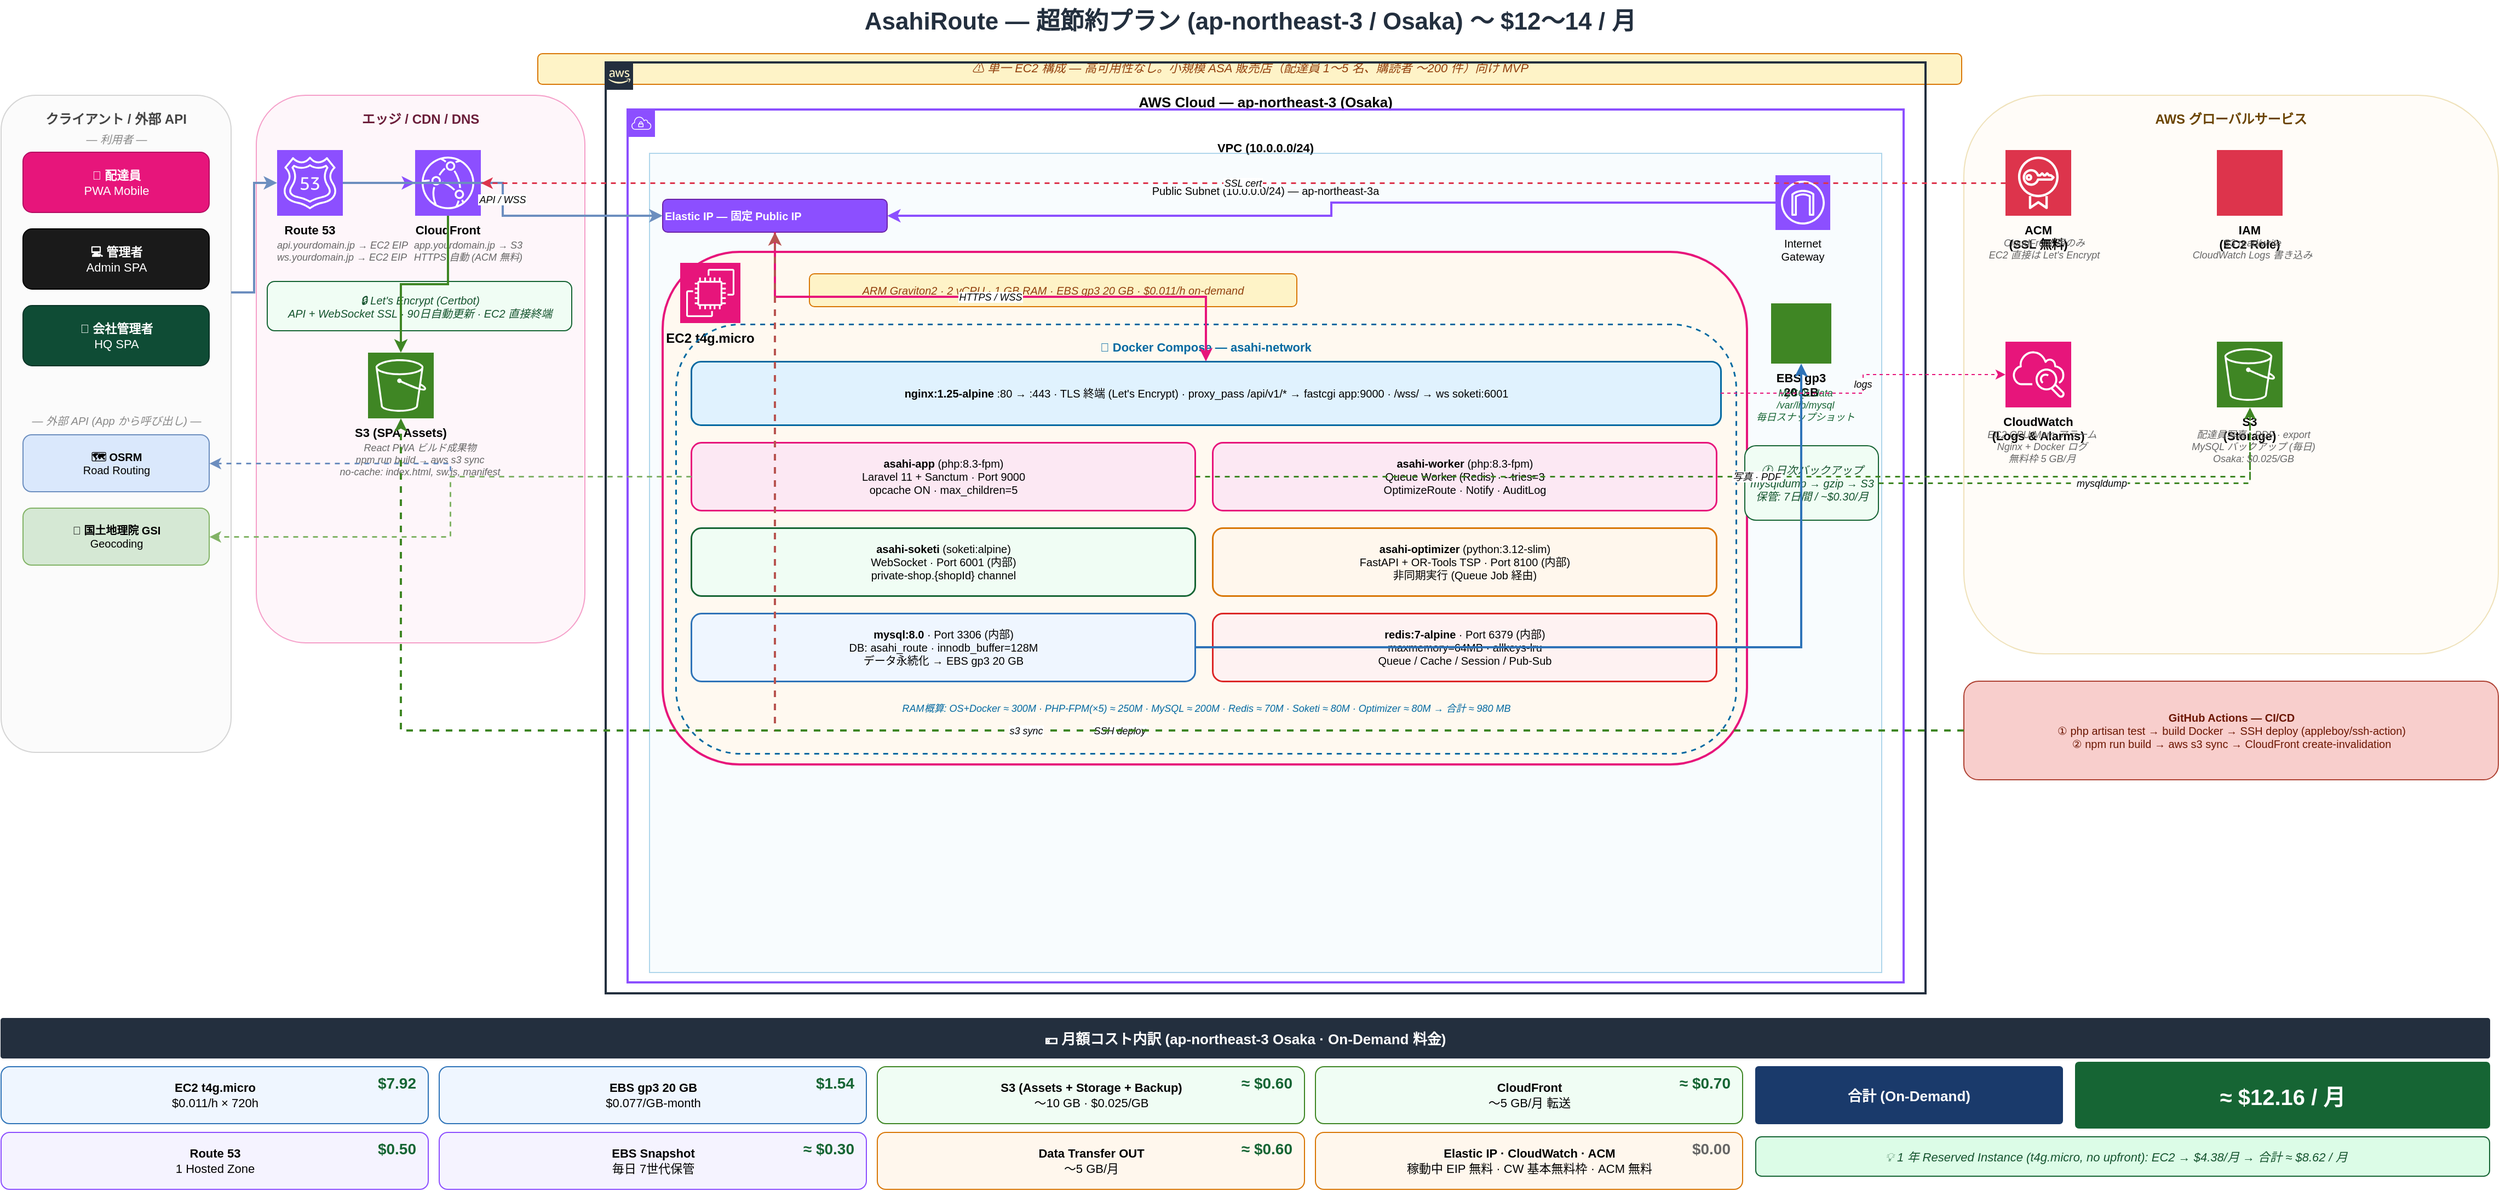
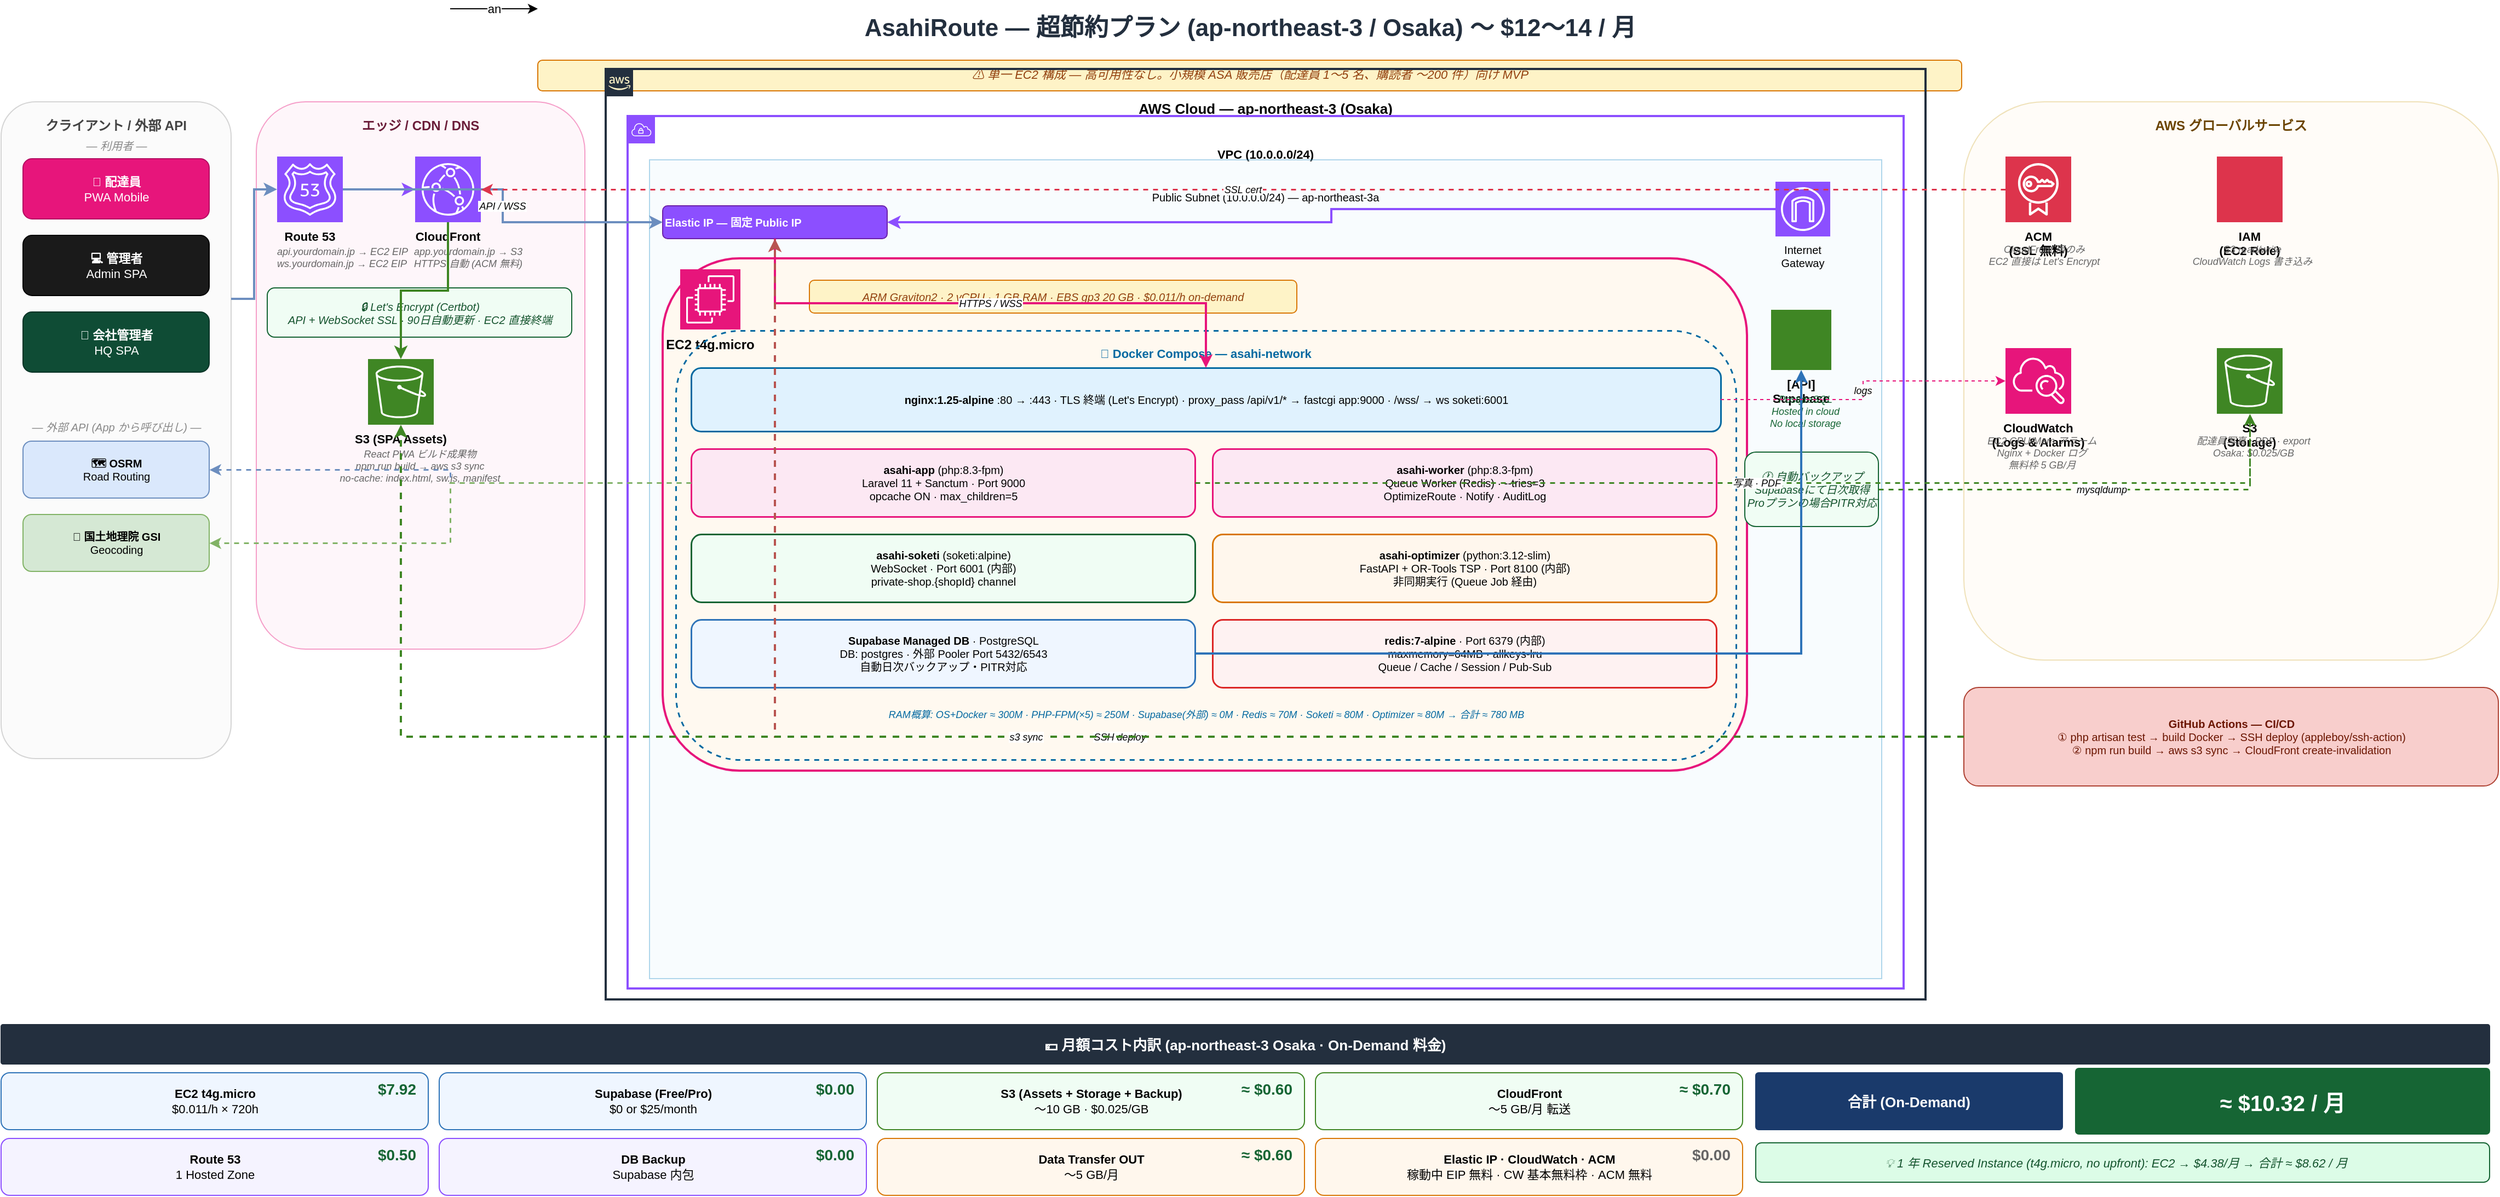
<mxfile host="65bd71144e">
    <diagram id="p1-budget" name="超節約プラン構成">
-         <mxGraphModel dx="870" dy="784" grid="1" gridSize="10" guides="1" tooltips="1" connect="1" arrows="1" fold="1" page="1" pageScale="1" pageWidth="2339" pageHeight="1654" math="0" shadow="0">
+         <mxGraphModel dx="1582" dy="745" grid="1" gridSize="10" guides="1" tooltips="1" connect="1" arrows="1" fold="1" page="1" pageScale="1" pageWidth="2339" pageHeight="1654" math="0" shadow="0">
            <root>
                <mxCell id="0"/>
                <mxCell id="1" parent="0"/>
                <mxCell id="100" value="AsahiRoute — 超節約プラン  (ap-northeast-3 / Osaka)  〜  $12〜14 / 月" style="text;html=1;strokeColor=none;fillColor=none;align=center;fontSize=22;fontStyle=1;fontColor=#232F3E;" parent="1" vertex="1">
                    <mxGeometry x="40" y="18" width="2260" height="44" as="geometry"/>
                </mxCell>
                <mxCell id="101" value="⚠  単一 EC2 構成 — 高可用性なし。小規模 ASA 販売店（配達員 1〜5 名、購読者 〜200 件）向け MVP" style="text;html=1;strokeColor=#D97706;fillColor=#FEF3C7;align=center;fontSize=11;fontStyle=2;fontColor=#92400E;rounded=1;" parent="1" vertex="1">
                    <mxGeometry x="520" y="67" width="1300" height="28" as="geometry"/>
                </mxCell>
                <mxCell id="200" value="クライアント / 外部 API" style="rounded=1;fillColor=#f5f5f5;strokeColor=#999999;fontSize=12;fontStyle=1;fontColor=#444444;verticalAlign=top;spacingTop=8;opacity=40;" parent="1" vertex="1">
                    <mxGeometry x="30" y="105" width="210" height="600" as="geometry"/>
                </mxCell>
                <mxCell id="200b" value="— 利用者 —" style="text;html=1;align=center;fontSize=10;fontStyle=2;fontColor=#888888;strokeColor=none;fillColor=none;" parent="1" vertex="1">
                    <mxGeometry x="40" y="133" width="190" height="18" as="geometry"/>
                </mxCell>
                <mxCell id="201" value="&lt;b&gt;📱 配達員&lt;/b&gt;&lt;br/&gt;PWA Mobile" style="rounded=1;fillColor=#E7157B;strokeColor=#B30D62;fontSize=11;fontColor=white;verticalAlign=middle;align=center;html=1;" parent="1" vertex="1">
                    <mxGeometry x="50" y="157" width="170" height="55" as="geometry"/>
                </mxCell>
                <mxCell id="202" value="&lt;b&gt;💻 管理者&lt;/b&gt;&lt;br/&gt;Admin SPA" style="rounded=1;fillColor=#1A1A1A;strokeColor=#000000;fontSize=11;fontColor=white;verticalAlign=middle;align=center;html=1;" parent="1" vertex="1">
                    <mxGeometry x="50" y="227" width="170" height="55" as="geometry"/>
                </mxCell>
                <mxCell id="203" value="&lt;b&gt;🏢 会社管理者&lt;/b&gt;&lt;br/&gt;HQ SPA" style="rounded=1;fillColor=#0F4C35;strokeColor=#093326;fontSize=11;fontColor=white;verticalAlign=middle;align=center;html=1;" parent="1" vertex="1">
                    <mxGeometry x="50" y="297" width="170" height="55" as="geometry"/>
                </mxCell>
                <mxCell id="204" value="— 外部 API (App から呼び出し) —" style="text;html=1;align=center;fontSize=10;fontStyle=2;fontColor=#888888;strokeColor=none;fillColor=none;" parent="1" vertex="1">
                    <mxGeometry x="40" y="390" width="190" height="18" as="geometry"/>
                </mxCell>
                <mxCell id="211" value="&lt;b&gt;🗺 OSRM&lt;/b&gt;&lt;br/&gt;Road Routing" style="rounded=1;fillColor=#dae8fc;strokeColor=#6c8ebf;fontSize=10;verticalAlign=middle;align=center;html=1;" parent="1" vertex="1">
                    <mxGeometry x="50" y="415" width="170" height="52" as="geometry"/>
                </mxCell>
                <mxCell id="212" value="&lt;b&gt;📍 国土地理院 GSI&lt;/b&gt;&lt;br/&gt;Geocoding" style="rounded=1;fillColor=#d5e8d4;strokeColor=#82b366;fontSize=10;verticalAlign=middle;align=center;html=1;" parent="1" vertex="1">
                    <mxGeometry x="50" y="482" width="170" height="52" as="geometry"/>
                </mxCell>
                <mxCell id="300" value="エッジ / CDN / DNS" style="rounded=1;fillColor=#FCE8F3;strokeColor=#E7157B;fontSize=12;fontStyle=1;fontColor=#6B1E3A;verticalAlign=top;spacingTop=8;opacity=40;" parent="1" vertex="1">
                    <mxGeometry x="263" y="105" width="300" height="500" as="geometry"/>
                </mxCell>
                <mxCell id="301" value="Route 53" style="shape=mxgraph.aws4.resourceIcon;resIcon=mxgraph.aws4.route_53;labelPosition=center;verticalLabelPosition=bottom;verticalAlign=top;align=center;fillColor=#8C4FFF;strokeColor=#ffffff;fontSize=11;fontStyle=1;" parent="1" vertex="1">
                    <mxGeometry x="282" y="155" width="60" height="60" as="geometry"/>
                </mxCell>
                <mxCell id="301a" value="api.yourdomain.jp → EC2 EIP&#10;ws.yourdomain.jp  → EC2 EIP" style="text;html=1;align=left;fontSize=9;fontStyle=2;strokeColor=none;fillColor=none;fontColor=#666666;" parent="1" vertex="1">
                    <mxGeometry x="280" y="230" width="278" height="30" as="geometry"/>
                </mxCell>
                <mxCell id="302" value="CloudFront" style="shape=mxgraph.aws4.resourceIcon;resIcon=mxgraph.aws4.cloudfront;labelPosition=center;verticalLabelPosition=bottom;verticalAlign=top;align=center;fillColor=#8C4FFF;strokeColor=#ffffff;fontSize=11;fontStyle=1;" parent="1" vertex="1">
                    <mxGeometry x="408" y="155" width="60" height="60" as="geometry"/>
                </mxCell>
                <mxCell id="302a" value="app.yourdomain.jp → S3&#10;HTTPS 自動 (ACM 無料)" style="text;html=1;align=left;fontSize=9;fontStyle=2;strokeColor=none;fillColor=none;fontColor=#666666;" parent="1" vertex="1">
                    <mxGeometry x="405" y="230" width="155" height="30" as="geometry"/>
                </mxCell>
                <mxCell id="304" value="🔒  Let's Encrypt (Certbot)&#10;API + WebSocket SSL  ·  90日自動更新  ·  EC2 直接終端" style="rounded=1;fillColor=#F0FDF4;strokeColor=#166534;fontSize=10;fontStyle=2;fontColor=#14532D;verticalAlign=middle;align=center;html=1;" parent="1" vertex="1">
                    <mxGeometry x="273" y="275" width="278" height="45" as="geometry"/>
                </mxCell>
                <mxCell id="303" value="S3 (SPA Assets)" style="shape=mxgraph.aws4.resourceIcon;resIcon=mxgraph.aws4.s3;labelPosition=center;verticalLabelPosition=bottom;verticalAlign=top;align=center;fillColor=#3F8624;strokeColor=#ffffff;fontSize=11;fontStyle=1;" parent="1" vertex="1">
                    <mxGeometry x="365" y="340" width="60" height="60" as="geometry"/>
                </mxCell>
                <mxCell id="303a" value="React PWA ビルド成果物&#10;npm run build → aws s3 sync&#10;no-cache: index.html, sw.js, manifest" style="text;html=1;align=center;fontSize=9;fontStyle=2;strokeColor=none;fillColor=none;fontColor=#666666;" parent="1" vertex="1">
                    <mxGeometry x="268" y="415" width="288" height="44" as="geometry"/>
                </mxCell>
                <mxCell id="400" value="AWS Cloud — ap-northeast-3 (Osaka)" style="shape=mxgraph.aws4.group;grIcon=mxgraph.aws4.group_aws_cloud_alt;strokeColor=#232F3E;fillColor=none;strokeWidth=2;verticalAlign=top;spacingTop=22;fontSize=13;fontStyle=1;" parent="1" vertex="1">
                    <mxGeometry x="582" y="75" width="1205" height="850" as="geometry"/>
                </mxCell>
                <mxCell id="401" value="VPC (10.0.0.0/24)" style="shape=mxgraph.aws4.group;grIcon=mxgraph.aws4.group_vpc;strokeColor=#8C4FFF;fillColor=none;strokeWidth=2;verticalAlign=top;spacingTop=22;fontSize=11;fontStyle=1;" parent="1" vertex="1">
                    <mxGeometry x="602" y="118" width="1165" height="797" as="geometry"/>
                </mxCell>
                <mxCell id="402" value="Public Subnet (10.0.0.0/24) — ap-northeast-3a" style="shape=mxgraph.aws4.group;grIcon=mxgraph.aws4.group_public_subnet;strokeColor=#007CBC;fillColor=#E6F3FB;opacity=30;verticalAlign=top;spacingTop=22;fontSize=10;" parent="1" vertex="1">
                    <mxGeometry x="622" y="158" width="1125" height="748" as="geometry"/>
                </mxCell>
                <mxCell id="403" value="Internet&#10;Gateway" style="shape=mxgraph.aws4.resourceIcon;resIcon=mxgraph.aws4.internet_gateway;labelPosition=center;verticalLabelPosition=bottom;verticalAlign=top;align=center;fillColor=#8C4FFF;strokeColor=#ffffff;fontSize=10;" parent="1" vertex="1">
                    <mxGeometry x="1650" y="178" width="50" height="50" as="geometry"/>
                </mxCell>
                <mxCell id="404" value="  Elastic IP — 固定 Public IP" style="rounded=1;fillColor=#8C4FFF;strokeColor=#6B21A8;fontSize=10;fontStyle=1;fontColor=white;verticalAlign=middle;align=left;" parent="1" vertex="1">
                    <mxGeometry x="634" y="200" width="205" height="30" as="geometry"/>
                </mxCell>
                <mxCell id="410" value="" style="rounded=1;fillColor=#FFF9F0;strokeColor=#E7157B;strokeWidth=2;" parent="1" vertex="1">
                    <mxGeometry x="634" y="248" width="990" height="468" as="geometry"/>
                </mxCell>
                <mxCell id="411" value="EC2  t4g.micro" style="shape=mxgraph.aws4.resourceIcon;resIcon=mxgraph.aws4.ec2;labelPosition=center;verticalLabelPosition=bottom;verticalAlign=top;align=center;fillColor=#E7157B;strokeColor=#ffffff;fontSize=12;fontStyle=1;" parent="1" vertex="1">
                    <mxGeometry x="650" y="258" width="55" height="55" as="geometry"/>
                </mxCell>
                <mxCell id="412" value="ARM Graviton2  ·  2 vCPU  ·  1 GB RAM  ·  EBS gp3 20 GB  ·  $0.011/h on-demand" style="rounded=1;fillColor=#FEF3C7;strokeColor=#D97706;fontSize=10;fontStyle=2;fontColor=#92400E;verticalAlign=middle;align=center;" parent="1" vertex="1">
                    <mxGeometry x="768" y="268" width="445" height="30" as="geometry"/>
                </mxCell>
                <mxCell id="420" value="🐳  Docker Compose — asahi-network" style="rounded=1;fillColor=none;strokeColor=#0369A1;strokeWidth=1.5;dashed=1;verticalAlign=top;spacingTop=8;fontSize=11;fontStyle=1;fontColor=#0369A1;" parent="1" vertex="1">
                    <mxGeometry x="646" y="314" width="968" height="392" as="geometry"/>
                </mxCell>
                <mxCell id="421" value="&lt;b&gt;nginx:1.25-alpine&lt;/b&gt;   :80 → :443  ·  TLS 終端 (Let's Encrypt)  ·  proxy_pass /api/v1/* → fastcgi app:9000  ·  /wss/ → ws soketi:6001" style="rounded=1;fillColor=#E0F2FE;strokeColor=#0369A1;strokeWidth=1.5;fontSize=10;verticalAlign=middle;align=center;html=1;" parent="1" vertex="1">
                    <mxGeometry x="660" y="348" width="940" height="58" as="geometry"/>
                </mxCell>
                <mxCell id="422" value="&lt;b&gt;asahi-app&lt;/b&gt;  (php:8.3-fpm)&lt;br/&gt;Laravel 11 + Sanctum  ·  Port 9000&lt;br/&gt;opcache ON  ·  max_children=5" style="rounded=1;fillColor=#FCE8F3;strokeColor=#E7157B;strokeWidth=1.5;fontSize=10;verticalAlign=middle;align=center;html=1;" parent="1" vertex="1">
                    <mxGeometry x="660" y="422" width="460" height="62" as="geometry"/>
                </mxCell>
                <mxCell id="423" value="&lt;b&gt;asahi-worker&lt;/b&gt;  (php:8.3-fpm)&lt;br/&gt;Queue Worker (Redis)  ·  --tries=3&lt;br/&gt;OptimizeRoute · Notify · AuditLog" style="rounded=1;fillColor=#FCE8F3;strokeColor=#E7157B;strokeWidth=1.5;strokeDashArray=4 2;fontSize=10;verticalAlign=middle;align=center;html=1;" parent="1" vertex="1">
                    <mxGeometry x="1136" y="422" width="460" height="62" as="geometry"/>
                </mxCell>
                <mxCell id="424" value="&lt;b&gt;asahi-soketi&lt;/b&gt;  (soketi:alpine)&lt;br/&gt;WebSocket  ·  Port 6001 (内部)&lt;br/&gt;private-shop.{shopId} channel" style="rounded=1;fillColor=#F0FDF4;strokeColor=#166534;strokeWidth=1.5;fontSize=10;verticalAlign=middle;align=center;html=1;" parent="1" vertex="1">
                    <mxGeometry x="660" y="500" width="460" height="62" as="geometry"/>
                </mxCell>
                <mxCell id="425" value="&lt;b&gt;asahi-optimizer&lt;/b&gt;  (python:3.12-slim)&lt;br/&gt;FastAPI + OR-Tools TSP  ·  Port 8100 (内部)&lt;br/&gt;非同期実行 (Queue Job 経由)" style="rounded=1;fillColor=#FFF7ED;strokeColor=#D97706;strokeWidth=1.5;fontSize=10;verticalAlign=middle;align=center;html=1;" parent="1" vertex="1">
                    <mxGeometry x="1136" y="500" width="460" height="62" as="geometry"/>
                </mxCell>
-                 <mxCell id="426" value="&lt;b&gt;mysql:8.0&lt;/b&gt;  ·  Port 3306 (内部)&lt;br/&gt;DB: asahi_route  ·  innodb_buffer=128M&lt;br/&gt;データ永続化 → EBS gp3 20 GB" style="rounded=1;fillColor=#EFF6FF;strokeColor=#2E73B8;strokeWidth=1.5;fontSize=10;verticalAlign=middle;align=center;html=1;" parent="1" vertex="1">
+                 <mxCell id="426" value="&lt;b&gt;Supabase Managed DB&lt;/b&gt;  ·  PostgreSQL&lt;br/&gt;DB: postgres  ·  外部 Pooler Port 5432/6543&lt;br/&gt;自動日次バックアップ・PITR対応" style="rounded=1;fillColor=#EFF6FF;strokeColor=#2E73B8;strokeWidth=1.5;fontSize=10;verticalAlign=middle;align=center;html=1;" parent="1" vertex="1">
                    <mxGeometry x="660" y="578" width="460" height="62" as="geometry"/>
                </mxCell>
                <mxCell id="427" value="&lt;b&gt;redis:7-alpine&lt;/b&gt;  ·  Port 6379 (内部)&lt;br/&gt;maxmemory=64MB  ·  allkeys-lru&lt;br/&gt;Queue / Cache / Session / Pub-Sub" style="rounded=1;fillColor=#FEF2F2;strokeColor=#DC2626;strokeWidth=1.5;fontSize=10;verticalAlign=middle;align=center;html=1;" parent="1" vertex="1">
                    <mxGeometry x="1136" y="578" width="460" height="62" as="geometry"/>
                </mxCell>
-                 <mxCell id="428" value="RAM概算: OS+Docker ≈ 300M  ·  PHP-FPM(×5) ≈ 250M  ·  MySQL ≈ 200M  ·  Redis ≈ 70M  ·  Soketi ≈ 80M  ·  Optimizer ≈ 80M  →  合計 ≈ 980 MB" style="text;html=1;align=center;fontSize=9;fontStyle=2;strokeColor=none;fillColor=none;fontColor=#0369A1;" parent="1" vertex="1">
+                 <mxCell id="428" value="RAM概算: OS+Docker ≈ 300M  ·  PHP-FPM(×5) ≈ 250M  ·  Supabase(外部) ≈ 0M  ·  Redis ≈ 70M  ·  Soketi ≈ 80M  ·  Optimizer ≈ 80M  →  合計 ≈ 780 MB" style="text;html=1;align=center;fontSize=9;fontStyle=2;strokeColor=none;fillColor=none;fontColor=#0369A1;" parent="1" vertex="1">
                    <mxGeometry x="660" y="653" width="940" height="18" as="geometry"/>
                </mxCell>
-                 <mxCell id="430" value="EBS gp3&#10;20 GB" style="shape=mxgraph.aws4.resourceIcon;resIcon=mxgraph.aws4.ebs;labelPosition=center;verticalLabelPosition=bottom;verticalAlign=top;align=center;fillColor=#3F8624;strokeColor=#ffffff;fontSize=11;fontStyle=1;" parent="1" vertex="1">
+                 <mxCell id="430" value="[API]&#10;Supabase" style="shape=mxgraph.aws4.resourceIcon;resIcon=mxgraph.aws4.ebs;labelPosition=center;verticalLabelPosition=bottom;verticalAlign=top;align=center;fillColor=#3F8624;strokeColor=#ffffff;fontSize=11;fontStyle=1;" parent="1" vertex="1">
                    <mxGeometry x="1646" y="295" width="55" height="55" as="geometry"/>
                </mxCell>
-                 <mxCell id="431" value="MySQL data&#10;/var/lib/mysql&#10;毎日スナップショット" style="text;html=1;align=center;fontSize=9;fontStyle=2;strokeColor=none;fillColor=none;fontColor=#166534;" parent="1" vertex="1">
+                 <mxCell id="431" value="PostgreSQL&#10;Hosted in cloud&#10;No local storage" style="text;html=1;align=center;fontSize=9;fontStyle=2;strokeColor=none;fillColor=none;fontColor=#166534;" parent="1" vertex="1">
                    <mxGeometry x="1624" y="365" width="105" height="42" as="geometry"/>
                </mxCell>
-                 <mxCell id="432" value="🕐 日次バックアップ&#10;mysqldump → gzip → S3&#10;保管: 7日間 / ~$0.30/月" style="rounded=1;fillColor=#F0FDF4;strokeColor=#166534;fontSize=10;fontStyle=2;fontColor=#14532D;verticalAlign=middle;align=center;html=1;" parent="1" vertex="1">
+                 <mxCell id="432" value="🕐 自動バックアップ&#10;Supabaseにて日次取得&#10;Proプランの場合PITR対応" style="rounded=1;fillColor=#F0FDF4;strokeColor=#166534;fontSize=10;fontStyle=2;fontColor=#14532D;verticalAlign=middle;align=center;html=1;" parent="1" vertex="1">
                    <mxGeometry x="1622" y="425" width="122" height="68" as="geometry"/>
                </mxCell>
                <mxCell id="500" value="AWS グローバルサービス" style="rounded=1;fillColor=#FFF8EE;strokeColor=#D6B656;fontSize=12;fontStyle=1;fontColor=#6B4400;verticalAlign=top;spacingTop=8;opacity=40;" parent="1" vertex="1">
                    <mxGeometry x="1822" y="105" width="488" height="510" as="geometry"/>
                </mxCell>
                <mxCell id="501" value="ACM&#10;(SSL 無料)" style="shape=mxgraph.aws4.resourceIcon;resIcon=mxgraph.aws4.certificate_manager;labelPosition=center;verticalLabelPosition=bottom;verticalAlign=top;align=center;fillColor=#DD344C;strokeColor=#ffffff;fontSize=11;fontStyle=1;" parent="1" vertex="1">
                    <mxGeometry x="1860" y="155" width="60" height="60" as="geometry"/>
                </mxCell>
                <mxCell id="501a" value="CloudFront 用のみ&#10;EC2 直接は Let's Encrypt" style="text;html=1;align=center;fontSize=9;fontStyle=2;strokeColor=none;fillColor=none;fontColor=#666666;" parent="1" vertex="1">
                    <mxGeometry x="1835" y="228" width="120" height="30" as="geometry"/>
                </mxCell>
                <mxCell id="502" value="IAM&#10;(EC2 Role)" style="shape=mxgraph.aws4.resourceIcon;resIcon=mxgraph.aws4.iam;labelPosition=center;verticalLabelPosition=bottom;verticalAlign=top;align=center;fillColor=#DD344C;strokeColor=#ffffff;fontSize=11;fontStyle=1;" parent="1" vertex="1">
                    <mxGeometry x="2053" y="155" width="60" height="60" as="geometry"/>
                </mxCell>
                <mxCell id="502a" value="S3 read/write&#10;CloudWatch Logs 書き込み" style="text;html=1;align=center;fontSize=9;fontStyle=2;strokeColor=none;fillColor=none;fontColor=#666666;" parent="1" vertex="1">
                    <mxGeometry x="2025" y="228" width="120" height="30" as="geometry"/>
                </mxCell>
                <mxCell id="503" value="CloudWatch&#10;(Logs &amp; Alarms)" style="shape=mxgraph.aws4.resourceIcon;resIcon=mxgraph.aws4.cloudwatch;labelPosition=center;verticalLabelPosition=bottom;verticalAlign=top;align=center;fillColor=#E7157B;strokeColor=#ffffff;fontSize=11;fontStyle=1;" parent="1" vertex="1">
                    <mxGeometry x="1860" y="330" width="60" height="60" as="geometry"/>
                </mxCell>
                <mxCell id="503a" value="EC2 CPU/Mem アラーム&#10;Nginx + Docker ログ&#10;無料枠 5 GB/月" style="text;html=1;align=center;fontSize=9;fontStyle=2;strokeColor=none;fillColor=none;fontColor=#666666;" parent="1" vertex="1">
                    <mxGeometry x="1832" y="403" width="122" height="42" as="geometry"/>
                </mxCell>
                <mxCell id="504" value="S3&#10;(Storage)" style="shape=mxgraph.aws4.resourceIcon;resIcon=mxgraph.aws4.s3;labelPosition=center;verticalLabelPosition=bottom;verticalAlign=top;align=center;fillColor=#3F8624;strokeColor=#ffffff;fontSize=11;fontStyle=1;" parent="1" vertex="1">
                    <mxGeometry x="2053" y="330" width="60" height="60" as="geometry"/>
                </mxCell>
-                 <mxCell id="504a" value="配達員写真 · PDF · export&#10;MySQL バックアップ (毎日)&#10;Osaka: $0.025/GB" style="text;html=1;align=center;fontSize=9;fontStyle=2;strokeColor=none;fillColor=none;fontColor=#666666;" parent="1" vertex="1">
+                 <mxCell id="504a" value="配達員写真 · PDF · export&#10;Osaka: $0.025/GB" style="text;html=1;align=center;fontSize=9;fontStyle=2;strokeColor=none;fillColor=none;fontColor=#666666;" parent="1" vertex="1">
                    <mxGeometry x="2025" y="403" width="122" height="42" as="geometry"/>
                </mxCell>
                <mxCell id="510" value="&lt;b&gt;GitHub Actions — CI/CD&lt;/b&gt;&lt;br/&gt;① php artisan test → build Docker → SSH deploy (appleboy/ssh-action)&lt;br/&gt;② npm run build → aws s3 sync → CloudFront create-invalidation" style="rounded=1;fillColor=#f8cecc;strokeColor=#AE4132;fontSize=10;fontStyle=0;fontColor=#6B1500;verticalAlign=middle;align=center;html=1;" parent="1" vertex="1">
                    <mxGeometry x="1822" y="640" width="488" height="90" as="geometry"/>
                </mxCell>
                <mxCell id="600" value="💴  月額コスト内訳  (ap-northeast-3 Osaka · On-Demand 料金)" style="rounded=1;arcSize=5;fillColor=#232F3E;strokeColor=#232F3E;fontSize=13;fontStyle=1;fontColor=white;verticalAlign=middle;align=center;" parent="1" vertex="1">
                    <mxGeometry x="30" y="948" width="2272" height="36" as="geometry"/>
                </mxCell>
                <mxCell id="601" value="&lt;b&gt;EC2 t4g.micro&lt;/b&gt;&lt;br/&gt;$0.011/h × 720h" style="rounded=1;fillColor=#EFF6FF;strokeColor=#2E73B8;fontSize=11;verticalAlign=middle;align=center;html=1;" parent="1" vertex="1">
                    <mxGeometry x="30" y="992" width="390" height="52" as="geometry"/>
                </mxCell>
                <mxCell id="601v" value="$7.92" style="text;html=1;align=right;fontSize=14;fontStyle=1;strokeColor=none;fillColor=none;fontColor=#166534;" parent="1" vertex="1">
                    <mxGeometry x="30" y="992" width="380" height="52" as="geometry"/>
                </mxCell>
-                 <mxCell id="602" value="&lt;b&gt;EBS gp3 20 GB&lt;/b&gt;&lt;br/&gt;$0.077/GB-month" style="rounded=1;fillColor=#EFF6FF;strokeColor=#2E73B8;fontSize=11;verticalAlign=middle;align=center;html=1;" parent="1" vertex="1">
+                 <mxCell id="602" value="&lt;b&gt;Supabase (Free/Pro)&lt;/b&gt;&lt;br/&gt;$0 or $25/month" style="rounded=1;fillColor=#EFF6FF;strokeColor=#2E73B8;fontSize=11;verticalAlign=middle;align=center;html=1;" parent="1" vertex="1">
                    <mxGeometry x="430" y="992" width="390" height="52" as="geometry"/>
                </mxCell>
-                 <mxCell id="602v" value="$1.54" style="text;html=1;align=right;fontSize=14;fontStyle=1;strokeColor=none;fillColor=none;fontColor=#166534;" parent="1" vertex="1">
+                 <mxCell id="602v" value="$0.00" style="text;html=1;align=right;fontSize=14;fontStyle=1;strokeColor=none;fillColor=none;fontColor=#166534;" parent="1" vertex="1">
                    <mxGeometry x="430" y="992" width="380" height="52" as="geometry"/>
                </mxCell>
                <mxCell id="603" value="&lt;b&gt;S3 (Assets + Storage + Backup)&lt;/b&gt;&lt;br/&gt;〜10 GB · $0.025/GB" style="rounded=1;fillColor=#F0FDF4;strokeColor=#3F8624;fontSize=11;verticalAlign=middle;align=center;html=1;" parent="1" vertex="1">
                    <mxGeometry x="830" y="992" width="390" height="52" as="geometry"/>
                </mxCell>
                <mxCell id="603v" value="≈ $0.60" style="text;html=1;align=right;fontSize=14;fontStyle=1;strokeColor=none;fillColor=none;fontColor=#166534;" parent="1" vertex="1">
                    <mxGeometry x="830" y="992" width="380" height="52" as="geometry"/>
                </mxCell>
                <mxCell id="604" value="&lt;b&gt;CloudFront&lt;/b&gt;&lt;br/&gt;〜5 GB/月 転送" style="rounded=1;fillColor=#F0FDF4;strokeColor=#3F8624;fontSize=11;verticalAlign=middle;align=center;html=1;" parent="1" vertex="1">
                    <mxGeometry x="1230" y="992" width="390" height="52" as="geometry"/>
                </mxCell>
                <mxCell id="604v" value="≈ $0.70" style="text;html=1;align=right;fontSize=14;fontStyle=1;strokeColor=none;fillColor=none;fontColor=#166534;" parent="1" vertex="1">
                    <mxGeometry x="1230" y="992" width="380" height="52" as="geometry"/>
                </mxCell>
                <mxCell id="605" value="&lt;b&gt;Route 53&lt;/b&gt;&lt;br/&gt;1 Hosted Zone" style="rounded=1;fillColor=#F5F3FF;strokeColor=#8C4FFF;fontSize=11;verticalAlign=middle;align=center;html=1;" parent="1" vertex="1">
                    <mxGeometry x="30" y="1052" width="390" height="52" as="geometry"/>
                </mxCell>
                <mxCell id="605v" value="$0.50" style="text;html=1;align=right;fontSize=14;fontStyle=1;strokeColor=none;fillColor=none;fontColor=#166534;" parent="1" vertex="1">
                    <mxGeometry x="30" y="1052" width="380" height="52" as="geometry"/>
                </mxCell>
-                 <mxCell id="606" value="&lt;b&gt;EBS Snapshot&lt;/b&gt;&lt;br/&gt;毎日 7世代保管" style="rounded=1;fillColor=#F5F3FF;strokeColor=#8C4FFF;fontSize=11;verticalAlign=middle;align=center;html=1;" parent="1" vertex="1">
+                 <mxCell id="606" value="&lt;b&gt;DB Backup&lt;/b&gt;&lt;br/&gt;Supabase 内包" style="rounded=1;fillColor=#F5F3FF;strokeColor=#8C4FFF;fontSize=11;verticalAlign=middle;align=center;html=1;" parent="1" vertex="1">
                    <mxGeometry x="430" y="1052" width="390" height="52" as="geometry"/>
                </mxCell>
-                 <mxCell id="606v" value="≈ $0.30" style="text;html=1;align=right;fontSize=14;fontStyle=1;strokeColor=none;fillColor=none;fontColor=#166534;" parent="1" vertex="1">
+                 <mxCell id="606v" value="$0.00" style="text;html=1;align=right;fontSize=14;fontStyle=1;strokeColor=none;fillColor=none;fontColor=#166534;" parent="1" vertex="1">
                    <mxGeometry x="430" y="1052" width="380" height="52" as="geometry"/>
                </mxCell>
                <mxCell id="607" value="&lt;b&gt;Data Transfer OUT&lt;/b&gt;&lt;br/&gt;〜5 GB/月" style="rounded=1;fillColor=#FFF7ED;strokeColor=#D97706;fontSize=11;verticalAlign=middle;align=center;html=1;" parent="1" vertex="1">
                    <mxGeometry x="830" y="1052" width="390" height="52" as="geometry"/>
                </mxCell>
                <mxCell id="607v" value="≈ $0.60" style="text;html=1;align=right;fontSize=14;fontStyle=1;strokeColor=none;fillColor=none;fontColor=#166534;" parent="1" vertex="1">
                    <mxGeometry x="830" y="1052" width="380" height="52" as="geometry"/>
                </mxCell>
                <mxCell id="608" value="&lt;b&gt;Elastic IP · CloudWatch · ACM&lt;/b&gt;&lt;br/&gt;稼動中 EIP 無料 · CW 基本無料枠 · ACM 無料" style="rounded=1;fillColor=#FFF7ED;strokeColor=#D97706;fontSize=11;verticalAlign=middle;align=center;html=1;" parent="1" vertex="1">
                    <mxGeometry x="1230" y="1052" width="390" height="52" as="geometry"/>
                </mxCell>
                <mxCell id="608v" value="$0.00" style="text;html=1;align=right;fontSize=14;fontStyle=1;strokeColor=none;fillColor=none;fontColor=#666666;" parent="1" vertex="1">
                    <mxGeometry x="1230" y="1052" width="380" height="52" as="geometry"/>
                </mxCell>
                <mxCell id="620" value="合計 (On-Demand)" style="rounded=1;arcSize=5;fillColor=#1A3A6B;strokeColor=#1A3A6B;fontSize=13;fontStyle=1;fontColor=white;verticalAlign=middle;align=center;" parent="1" vertex="1">
                    <mxGeometry x="1632" y="992" width="280" height="52" as="geometry"/>
                </mxCell>
-                 <mxCell id="621" value="≈  $12.16 / 月" style="rounded=1;arcSize=5;fillColor=#166534;strokeColor=#166534;fontSize=20;fontStyle=1;fontColor=white;verticalAlign=middle;align=center;" parent="1" vertex="1">
+                 <mxCell id="621" value="≈  $10.32 / 月" style="rounded=1;arcSize=5;fillColor=#166534;strokeColor=#166534;fontSize=20;fontStyle=1;fontColor=white;verticalAlign=middle;align=center;" parent="1" vertex="1">
                    <mxGeometry x="1924" y="988" width="378" height="60" as="geometry"/>
                </mxCell>
                <mxCell id="622" value="💡  1 年 Reserved Instance (t4g.micro, no upfront):  EC2 → $4.38/月  →  合計 ≈  $8.62 / 月  🎉" style="rounded=1;fillColor=#DCFCE7;strokeColor=#166534;fontSize=11;fontStyle=2;fontColor=#14532D;verticalAlign=middle;align=center;" parent="1" vertex="1">
                    <mxGeometry x="1632" y="1056" width="670" height="36" as="geometry"/>
                </mxCell>
                <mxCell id="e01" style="edgeStyle=orthogonalEdgeStyle;rounded=0;strokeColor=#6c8ebf;strokeWidth=2;exitX=1;exitY=0.3;exitDx=0;exitDy=0;" parent="1" source="200" target="301" edge="1">
                    <mxGeometry relative="1" as="geometry"/>
                </mxCell>
                <mxCell id="e02" style="edgeStyle=orthogonalEdgeStyle;rounded=0;strokeColor=#8C4FFF;strokeWidth=2;" parent="1" source="301" target="302" edge="1">
                    <mxGeometry relative="1" as="geometry"/>
                </mxCell>
                <mxCell id="e03" value="API / WSS" style="edgeStyle=orthogonalEdgeStyle;rounded=0;strokeColor=#6c8ebf;strokeWidth=2;fontSize=9;fontStyle=2;" parent="1" source="301" target="404" edge="1">
                    <mxGeometry relative="1" as="geometry"/>
                </mxCell>
                <mxCell id="e04" style="edgeStyle=orthogonalEdgeStyle;rounded=0;strokeColor=#3F8624;strokeWidth=2;" parent="1" source="302" target="303" edge="1">
                    <mxGeometry relative="1" as="geometry"/>
                </mxCell>
                <mxCell id="e05" value="HTTPS / WSS" style="edgeStyle=orthogonalEdgeStyle;rounded=0;strokeColor=#E7157B;strokeWidth=2;fontSize=9;fontStyle=2;" parent="1" source="404" target="421" edge="1">
                    <mxGeometry relative="1" as="geometry"/>
                </mxCell>
                <mxCell id="e06" style="edgeStyle=orthogonalEdgeStyle;rounded=0;strokeColor=#6c8ebf;strokeWidth=1.5;dashed=1;exitX=0;exitY=0.5;exitDx=0;exitDy=0;" parent="1" source="422" target="211" edge="1">
                    <mxGeometry relative="1" as="geometry"/>
                </mxCell>
                <mxCell id="e07" style="edgeStyle=orthogonalEdgeStyle;rounded=0;strokeColor=#82b366;strokeWidth=1.5;dashed=1;exitX=0;exitY=0.5;exitDx=0;exitDy=0;" parent="1" source="422" target="212" edge="1">
                    <mxGeometry relative="1" as="geometry"/>
                </mxCell>
                <mxCell id="e08" value="写真 · PDF" style="edgeStyle=orthogonalEdgeStyle;rounded=0;strokeColor=#3F8624;strokeWidth=1.5;dashed=1;fontSize=9;fontStyle=2;" parent="1" source="422" target="504" edge="1">
                    <mxGeometry relative="1" as="geometry"/>
                </mxCell>
                <mxCell id="e09" style="edgeStyle=orthogonalEdgeStyle;rounded=0;strokeColor=#2E73B8;strokeWidth=2;" parent="1" source="426" target="430" edge="1">
                    <mxGeometry relative="1" as="geometry"/>
                </mxCell>
                <mxCell id="e10" value="mysqldump" style="edgeStyle=orthogonalEdgeStyle;rounded=0;strokeColor=#3F8624;strokeWidth=1.5;dashed=1;fontSize=9;fontStyle=2;" parent="1" source="432" target="504" edge="1">
                    <mxGeometry relative="1" as="geometry"/>
                </mxCell>
                <mxCell id="e11" value="logs" style="edgeStyle=orthogonalEdgeStyle;rounded=0;strokeColor=#E7157B;strokeWidth=1;dashed=1;fontSize=9;fontStyle=2;" parent="1" source="421" target="503" edge="1">
                    <mxGeometry relative="1" as="geometry"/>
                </mxCell>
                <mxCell id="e12" value="SSL cert" style="edgeStyle=orthogonalEdgeStyle;rounded=0;strokeColor=#DD344C;strokeWidth=1.5;dashed=1;fontSize=9;fontStyle=2;" parent="1" source="501" target="302" edge="1">
                    <mxGeometry relative="1" as="geometry"/>
                </mxCell>
                <mxCell id="e13" value="SSH deploy" style="edgeStyle=orthogonalEdgeStyle;rounded=0;strokeColor=#b85450;strokeWidth=2;dashed=1;fontSize=9;fontStyle=2;" parent="1" source="510" target="404" edge="1">
                    <mxGeometry relative="1" as="geometry"/>
                </mxCell>
                <mxCell id="e14" value="s3 sync" style="edgeStyle=orthogonalEdgeStyle;rounded=0;strokeColor=#3F8624;strokeWidth=2;dashed=1;fontSize=9;fontStyle=2;" parent="1" source="510" target="303" edge="1">
                    <mxGeometry relative="1" as="geometry"/>
                </mxCell>
                <mxCell id="e15" style="edgeStyle=orthogonalEdgeStyle;rounded=0;strokeColor=#8C4FFF;strokeWidth=2;" parent="1" source="403" target="404" edge="1">
                    <mxGeometry relative="1" as="geometry"/>
+                 </mxCell>
+                 <mxCell id="623" value="an" style="edgeStyle=none;orthogonalLoop=1;jettySize=auto;html=1;" parent="1" edge="1">
+                     <mxGeometry width="80" relative="1" as="geometry">
+                         <mxPoint x="440" y="20" as="sourcePoint"/>
+                         <mxPoint x="520" y="20" as="targetPoint"/>
+                         <Array as="points"/>
+                     </mxGeometry>
                </mxCell>
            </root>
        </mxGraphModel>
    </diagram>
    <diagram id="p2-notes" name="セットアップ・注意点">
-         <mxGraphModel dx="870" dy="784" grid="1" gridSize="10" guides="1" tooltips="1" connect="1" arrows="1" fold="1" page="1" pageScale="1" pageWidth="2339" pageHeight="1654" math="0" shadow="0">
+         <mxGraphModel dx="870" dy="410" grid="1" gridSize="10" guides="1" tooltips="1" connect="1" arrows="1" fold="1" page="1" pageScale="1" pageWidth="2339" pageHeight="1654" math="0" shadow="0">
            <root>
                <mxCell id="0"/>
                <mxCell id="1" parent="0"/>
                <mxCell id="n100" value="超節約プラン — セットアップ手順 · 制限事項 · チューニング · スケールアップ方針" style="text;html=1;strokeColor=none;fillColor=none;align=center;fontSize=18;fontStyle=1;fontColor=#232F3E;" parent="1" vertex="1">
                    <mxGeometry x="40" y="20" width="2260" height="40" as="geometry"/>
                </mxCell>
                <mxCell id="n200" value="🚀  初期セットアップ手順" style="rounded=1;fillColor=#EFF6FF;strokeColor=#2E73B8;fontSize=14;fontStyle=1;fontColor=#1A3A6B;verticalAlign=top;spacingTop=10;" parent="1" vertex="1">
                    <mxGeometry x="30" y="75" width="547" height="880" as="geometry"/>
                </mxCell>
-                 <mxCell id="n201" value="① EC2 起動 (ap-northeast-3a / Osaka)&#10;   AMI    : Amazon Linux 2023  ARM64&#10;   Instance: t4g.micro&#10;   Storage : EBS gp3  20 GB&#10;   Security Group:&#10;     TCP 22   ← 自分の IP のみ (SSH)&#10;     TCP 80/443  ← 0.0.0.0/0&#10;     TCP 6001    ← 0.0.0.0/0 (WebSocket)&#10;     ※ MySQL:3306 / Redis:6379 は SG で閉じる&#10;&#10;② Docker + Docker Compose v2 インストール&#10;   sudo dnf update -y&#10;   sudo dnf install docker git -y&#10;   sudo systemctl enable --now docker&#10;   sudo usermod -aG docker ec2-user&#10;   # Docker Compose v2&#10;   ARCH=linux-aarch64&#10;   BASE=https://github.com/docker/compose/&#10;        releases/latest/download&#10;   sudo mkdir -p /usr/local/lib/docker/cli-plugins&#10;   sudo curl -sSL $BASE/docker-compose-$ARCH \&#10;     -o /usr/local/lib/docker/cli-plugins/docker-compose&#10;   sudo chmod +x \&#10;     /usr/local/lib/docker/cli-plugins/docker-compose&#10;&#10;③ アプリデプロイ&#10;   git clone &lt;repo&gt; /opt/asahi &amp;&amp; cd /opt/asahi&#10;   cp src/.env.example src/.env&#10;   # .env に DB_PASSWORD・APP_KEY・OPTIMIZER_URL 等を設定&#10;   docker compose up -d&#10;   docker compose exec app php artisan key:generate&#10;   docker compose exec app php artisan migrate --seed&#10;&#10;④ Elastic IP 割り当て&#10;   AWS Console → EC2 → Elastic IPs&#10;   → Allocate new address → Associate (EC2)&#10;&#10;⑤ Route 53 レコード追加&#10;   A  api.yourdomain.jp → EC2 Elastic IP&#10;   A  ws.yourdomain.jp  → EC2 Elastic IP&#10;&#10;⑥ Let's Encrypt (Certbot) — API + WS SSL&#10;   sudo dnf install certbot -y&#10;   sudo certbot certonly --standalone \&#10;     -d api.yourdomain.jp \&#10;     -d ws.yourdomain.jp \&#10;     --email you@example.com --agree-tos&#10;   # Nginx で /etc/letsencrypt/live/... を参照&#10;   # 自動更新 cron (90日ごと):&#10;   0 3 * * * certbot renew --quiet \&#10;     --deploy-hook &quot;docker compose \&#10;     -f /opt/asahi/docker-compose.yml \&#10;     exec -T nginx nginx -s reload&quot;&#10;&#10;⑦ CloudFront + S3 (SPA フロントエンド)&#10;   aws s3 mb s3://asahi-frontend-bucket&#10;   aws s3 sync frontend/dist/ \&#10;     s3://asahi-frontend-bucket&#10;   # CloudFront ディストリビューション作成:&#10;   # Origin: asahi-frontend-bucket&#10;   #         .s3.amazonaws.com&#10;   # Viewer Protocol: Redirect HTTP→HTTPS&#10;   # ACM 証明書: us-east-1 で発行" style="text;align=left;verticalAlign=top;fontSize=10;fontFamily=Courier New;strokeColor=none;fillColor=none;spacingLeft=12;spacingTop=10;overflow=fill;" parent="1" vertex="1">
+                 <mxCell id="n201" value="① EC2 起動 (ap-northeast-3a / Osaka)&#10;   AMI    : Amazon Linux 2023  ARM64&#10;   Instance: t4g.micro&#10;   Storage : EBS gp3  20 GB&#10;   Security Group:&#10;     TCP 22   ← 自分の IP のみ (SSH)&#10;     TCP 80/443  ← 0.0.0.0/0&#10;     TCP 6001    ← 0.0.0.0/0 (WebSocket)&#10;     ※ Redis:6379 は SG で閉じる&#10;&#10;② Docker + Docker Compose v2 インストール&#10;   sudo dnf update -y&#10;   sudo dnf install docker git -y&#10;   sudo systemctl enable --now docker&#10;   sudo usermod -aG docker ec2-user&#10;   # Docker Compose v2&#10;   ARCH=linux-aarch64&#10;   BASE=https://github.com/docker/compose/&#10;        releases/latest/download&#10;   sudo mkdir -p /usr/local/lib/docker/cli-plugins&#10;   sudo curl -sSL $BASE/docker-compose-$ARCH \&#10;     -o /usr/local/lib/docker/cli-plugins/docker-compose&#10;   sudo chmod +x \&#10;     /usr/local/lib/docker/cli-plugins/docker-compose&#10;&#10;③ アプリデプロイ&#10;   git clone &lt;repo&gt; /opt/asahi &amp;&amp; cd /opt/asahi&#10;   cp src/.env.example src/.env&#10;   # .env に Supabase等の情報を設定&#10;   docker compose up -d&#10;   docker compose exec app php artisan key:generate&#10;   docker compose exec app php artisan migrate --seed&#10;&#10;④ Elastic IP 割り当て&#10;   AWS Console → EC2 → Elastic IPs&#10;   → Allocate new address → Associate (EC2)&#10;&#10;⑤ Route 53 レコード追加&#10;   A  api.yourdomain.jp → EC2 Elastic IP&#10;   A  ws.yourdomain.jp  → EC2 Elastic IP&#10;&#10;⑥ Let's Encrypt (Certbot) — API + WS SSL&#10;   sudo dnf install certbot -y&#10;   sudo certbot certonly --standalone \&#10;     -d api.yourdomain.jp \&#10;     -d ws.yourdomain.jp \&#10;     --email you@example.com --agree-tos&#10;   # Nginx で /etc/letsencrypt/live/... を参照&#10;   # 自動更新 cron (90日ごと):&#10;   0 3 * * * certbot renew --quiet \&#10;     --deploy-hook &quot;docker compose \&#10;     -f /opt/asahi/docker-compose.yml \&#10;     exec -T nginx nginx -s reload&quot;&#10;&#10;⑦ CloudFront + S3 (SPA フロントエンド)&#10;   aws s3 mb s3://asahi-frontend-bucket&#10;   aws s3 sync frontend/dist/ \&#10;     s3://asahi-frontend-bucket&#10;   # CloudFront ディストリビューション作成:&#10;   # Origin: asahi-frontend-bucket&#10;   #         .s3.amazonaws.com&#10;   # Viewer Protocol: Redirect HTTP→HTTPS&#10;   # ACM 証明書: us-east-1 で発行" style="text;align=left;verticalAlign=top;fontSize=10;fontFamily=Courier New;strokeColor=none;fillColor=none;spacingLeft=12;spacingTop=10;overflow=fill;" parent="1" vertex="1">
                    <mxGeometry x="40" y="110" width="527" height="830" as="geometry"/>
                </mxCell>
                <mxCell id="n300" value="⚠  制限事項 vs 本番プラン (ECS Fargate)" style="rounded=1;fillColor=#FEF2F2;strokeColor=#DC2626;fontSize=14;fontStyle=1;fontColor=#7F1D1D;verticalAlign=top;spacingTop=10;" parent="1" vertex="1">
                    <mxGeometry x="607" y="75" width="547" height="880" as="geometry"/>
                </mxCell>
-                 <mxCell id="n301" value="項目            超節約プラン       本番プラン&#10;────────────────────────────────────────────&#10;可用性          99.0%〜            99.95%+&#10;                EC2 再起動で停止   Multi-AZ ALB+ECS&#10;&#10;スケール        手動 (停止→変更)   Auto Scaling&#10;&#10;DB バックアップ 日次 mysqldump     RDS 自動+PITR&#10;                リストア: 手動     リストア: Console&#10;&#10;SSL             Let's Encrypt      ACM 自動更新&#10;                90日更新 (cron)    (更新不要)&#10;&#10;WebSocket       Nginx proxy_pass   ALB WS Target&#10;                設定が必要&#10;&#10;セキュリティ    Security Group     WAF+Shield+ALB&#10;                EC2 直接公開&#10;&#10;デプロイ        SSH + git pull     ECS Rolling&#10;                数秒〜分のダウン   Zero-downtime&#10;&#10;監視            CloudWatch 基本    CW + Sentry&#10;                EC2 Status Check   + SNS アラーム&#10;&#10;RAM             1 GB (チューニング)  無制限 (Fargate)&#10;                ギリギリ ≈ 980 MB&#10;&#10;同時接続        〜30 req/s         〜500+ req/s&#10;&#10;コスト          ≈ $12/月           ≈ $394/月&#10;────────────────────────────────────────────&#10;&#10;✅ 推奨ユースケース:&#10;   配達員 1〜5 名 / 購読者 〜200 件&#10;   MVP 段階 / コスト最優先&#10;   ダウンタイム許容あり&#10;&#10;⚠ 移行検討のトリガー:&#10;   購読者 200 超 / ダウンタイム許容不可&#10;   → 本番プラン (~$394/月)&#10;   または中間コース検討" style="text;align=left;verticalAlign=top;fontSize=10;fontFamily=Courier New;strokeColor=none;fillColor=none;spacingLeft=12;spacingTop=10;overflow=fill;" parent="1" vertex="1">
+                 <mxCell id="n301" value="項目            超節約プラン       本番プラン&#10;────────────────────────────────────────────&#10;可用性          99.0%〜            99.95%+&#10;                EC2 再起動で停止   Multi-AZ ALB+ECS&#10;&#10;スケール        手動 (停止→変更)   Auto Scaling&#10;&#10;DB バックアップ Supabase 自動      RDS 自動+PITR&#10;                リストア: Web      リストア: Console&#10;&#10;SSL             Let's Encrypt      ACM 自動更新&#10;                90日更新 (cron)    (更新不要)&#10;&#10;WebSocket       Nginx proxy_pass   ALB WS Target&#10;                設定が必要&#10;&#10;セキュリティ    Security Group     WAF+Shield+ALB&#10;                EC2 直接公開&#10;&#10;デプロイ        SSH + git pull     ECS Rolling&#10;                数秒〜分のダウン   Zero-downtime&#10;&#10;監視            CloudWatch 基本    CW + Sentry&#10;                EC2 Status Check   + SNS アラーム&#10;&#10;RAM             1 GB (チューニング)  無制限 (Fargate)&#10;                ギリギリ ≈ 980 MB&#10;&#10;同時接続        〜30 req/s         〜500+ req/s&#10;&#10;コスト          ≈ $12/月           ≈ $394/月&#10;────────────────────────────────────────────&#10;&#10;✅ 推奨ユースケース:&#10;   配達員 1〜5 名 / 購読者 〜200 件&#10;   MVP 段階 / コスト最優先&#10;   ダウンタイム許容あり&#10;&#10;⚠ 移行検討のトリガー:&#10;   購読者 200 超 / ダウンタイム許容不可&#10;   → 本番プラン (~$394/月)&#10;   または中間コース検討" style="text;align=left;verticalAlign=top;fontSize=10;fontFamily=Courier New;strokeColor=none;fillColor=none;spacingLeft=12;spacingTop=10;overflow=fill;" parent="1" vertex="1">
                    <mxGeometry x="617" y="110" width="527" height="830" as="geometry"/>
                </mxCell>
                <mxCell id="n400" value="⚙  PHP-FPM · MySQL · Redis チューニング (1 GB RAM)" style="rounded=1;fillColor=#FCE8F3;strokeColor=#E7157B;fontSize=14;fontStyle=1;fontColor=#6B1E3A;verticalAlign=top;spacingTop=10;" parent="1" vertex="1">
                    <mxGeometry x="1184" y="75" width="547" height="880" as="geometry"/>
                </mxCell>
-                 <mxCell id="n401" value="# docker/php/php.ini&#10;memory_limit              = 128M&#10;upload_max_filesize       = 10M&#10;post_max_size             = 10M&#10;opcache.enable            = 1&#10;opcache.memory_consumption = 64&#10;opcache.max_accelerated_files = 4000&#10;opcache.revalidate_freq   = 0&#10;&#10;# docker/php/www.conf  (PHP-FPM pool)&#10;pm                        = dynamic&#10;pm.max_children           = 5&#10;pm.start_servers          = 2&#10;pm.min_spare_servers      = 1&#10;pm.max_spare_servers      = 3&#10;pm.max_requests           = 500&#10;request_terminate_timeout = 120&#10;# worker: max_children=2 に削減推奨&#10;&#10;# docker/mysql/my.cnf&#10;[mysqld]&#10;innodb_buffer_pool_size   = 128M&#10;innodb_log_file_size      = 32M&#10;max_connections           = 50&#10;query_cache_type          = 0&#10;tmp_table_size            = 16M&#10;max_heap_table_size       = 16M&#10;innodb_flush_method       = O_DIRECT&#10;innodb_flush_log_at_trx_commit = 2&#10;&#10;# docker-compose.yml (Redis)&#10;redis:&#10;  command: redis-server&#10;    --maxmemory 64mb&#10;    --maxmemory-policy allkeys-lru&#10;    --save &quot;&quot;&#10;&#10;# RAM 使用量概算 (1 GB EC2)&#10;OS + Docker      : 〜300 MB&#10;PHP-FPM (×5)     : 〜250 MB  ← app&#10;PHP-FPM (×2)     :  〜80 MB  ← worker&#10;MySQL            : 〜200 MB&#10;Soketi           :  〜80 MB&#10;Optimizer        :  〜80 MB&#10;Redis            :  〜70 MB&#10;────────────────────────────&#10;合計              : 〜1,060 MB&#10;&#10;⚠ 超過注意&#10;→ 対策: app max_children=4,&#10;  worker=2 に下げる&#10;  または swap 1 GB 追加 (EBS コスト小)&#10;  sudo dd if=/dev/zero of=/swapfile \&#10;    bs=128M count=8&#10;  sudo chmod 600 /swapfile&#10;  sudo mkswap /swapfile&#10;  sudo swapon /swapfile&#10;  echo '/swapfile swap swap \&#10;    defaults 0 0' | \&#10;    sudo tee -a /etc/fstab" style="text;align=left;verticalAlign=top;fontSize=10;fontFamily=Courier New;strokeColor=none;fillColor=none;spacingLeft=12;spacingTop=10;overflow=fill;" parent="1" vertex="1">
+                 <mxCell id="n401" value="# docker/php/php.ini&#10;memory_limit              = 128M&#10;upload_max_filesize       = 10M&#10;post_max_size             = 10M&#10;opcache.enable            = 1&#10;opcache.memory_consumption = 64&#10;opcache.max_accelerated_files = 4000&#10;opcache.revalidate_freq   = 0&#10;&#10;# docker/php/www.conf  (PHP-FPM pool)&#10;pm                        = dynamic&#10;pm.max_children           = 5&#10;pm.start_servers          = 2&#10;pm.min_spare_servers      = 1&#10;pm.max_spare_servers      = 3&#10;pm.max_requests           = 500&#10;request_terminate_timeout = 120&#10;# worker: max_children=2 に削減推奨&#10;&#10;# MySQLの設定は不要 (Supabase利用のため)&#10;&#10;# docker-compose.yml (Redis)&#10;redis:&#10;  command: redis-server&#10;    --maxmemory 64mb&#10;    --maxmemory-policy allkeys-lru&#10;    --save &quot;&quot;&#10;&#10;# RAM 使用量概算 (1 GB EC2)&#10;OS + Docker      : 〜300 MB&#10;PHP-FPM (×5)     : 〜250 MB  ← app&#10;PHP-FPM (×2)     :  〜80 MB  ← worker&#10;MySQL            : 0 MB (Supabase移行済み)&#10;Soketi           :  〜80 MB&#10;Optimizer        :  〜80 MB&#10;Redis            :  〜70 MB&#10;────────────────────────────&#10;合計              : 〜860 MB&#10;&#10;⚠ 超過注意&#10;→ 対策: app max_children=4,&#10;  worker=2 に下げる&#10;  または swap 1 GB 追加 (EBS コスト小)&#10;  sudo dd if=/dev/zero of=/swapfile \&#10;    bs=128M count=8&#10;  sudo chmod 600 /swapfile&#10;  sudo mkswap /swapfile&#10;  sudo swapon /swapfile&#10;  echo '/swapfile swap swap \&#10;    defaults 0 0' | \&#10;    sudo tee -a /etc/fstab" style="text;align=left;verticalAlign=top;fontSize=10;fontFamily=Courier New;strokeColor=none;fillColor=none;spacingLeft=12;spacingTop=10;overflow=fill;" parent="1" vertex="1">
                    <mxGeometry x="1194" y="110" width="527" height="830" as="geometry"/>
                </mxCell>
                <mxCell id="n500" value="📈  スケールアップ · バックアップ · SSH デプロイ" style="rounded=1;fillColor=#FFF8EE;strokeColor=#D6B656;fontSize=14;fontStyle=1;fontColor=#6B4400;verticalAlign=top;spacingTop=10;" parent="1" vertex="1">
                    <mxGeometry x="1761" y="75" width="547" height="880" as="geometry"/>
                </mxCell>
-                 <mxCell id="n501" value="── スケールアップトリガー ──&#10;CPU 常時 &gt; 70%&#10;  → t4g.small ($15/月)&#10;RAM 常時 &gt; 80%&#10;  → t4g.small (2 GB)&#10;ダウン許容不可&#10;  → RDS + Multi-AZ + ALB&#10;配達員 &gt; 10 名&#10;  → t4g.medium 検討&#10;購読者 &gt; 500&#10;  → 本番プラン移行&#10;&#10;💡 中間コース (~$28/月)&#10;   t4g.small + RDS db.t4g.micro&#10;   = EC2 $15 + RDS $13 = $28/月&#10;&#10;── バックアップ (/etc/cron.d/asahi) ──&#10;0 17 * * * root \&#10;  docker exec asahi-mysql \&#10;    mysqldump -u root \&#10;    -p&quot;$MYSQL_ROOT_PASSWORD&quot; \&#10;    asahi_route \&#10;  | gzip \&#10;  | aws s3 cp - \&#10;    s3://asahi-bucket/backup/&#10;    $(date +\%Y\%m\%d).sql.gz&#10;&#10;# リストア手順&#10;aws s3 cp \&#10;  s3://asahi-bucket/backup/&#10;  YYYYMMDD.sql.gz - \&#10;  | gunzip \&#10;  | docker exec -i asahi-mysql \&#10;    mysql -u root \&#10;    -p&quot;$PASS&quot; asahi_route&#10;&#10;── SSH デプロイ (GitHub Actions) ──&#10;# .github/workflows/deploy-budget.yml&#10;deploy:&#10;  steps:&#10;    - uses: actions/checkout@v4&#10;    - name: Build frontend&#10;      run: |&#10;        cd frontend&#10;        npm ci &amp;&amp; npm run build&#10;    - name: Sync S3&#10;      run: |&#10;        aws s3 sync frontend/dist/ \&#10;          s3://$S3_BUCKET --delete \&#10;          --cache-control \&#10;          &quot;max-age=31536000,immutable&quot;&#10;        aws s3 cp \&#10;          frontend/dist/index.html \&#10;          s3://$S3_BUCKET/index.html \&#10;          --cache-control &quot;no-cache&quot;&#10;        aws cloudfront \&#10;          create-invalidation \&#10;          --distribution-id $CF_ID \&#10;          --paths '/*'&#10;    - name: Deploy to EC2&#10;      uses: appleboy/ssh-action@v1&#10;      with:&#10;        host: ${{ secrets.EC2_HOST }}&#10;        username: ec2-user&#10;        key: ${{ secrets.EC2_SSH_KEY }}&#10;        script: |&#10;          cd /opt/asahi&#10;          git pull origin main&#10;          docker compose build \&#10;            app worker&#10;          docker compose up -d \&#10;            --no-deps app worker \&#10;            optimizer&#10;          docker compose exec -T \&#10;            app php artisan \&#10;            migrate --force&#10;          docker compose exec -T \&#10;            app php artisan \&#10;            config:cache&#10;          docker compose exec -T \&#10;            app php artisan \&#10;            route:cache" style="text;align=left;verticalAlign=top;fontSize=10;fontFamily=Courier New;strokeColor=none;fillColor=none;spacingLeft=12;spacingTop=10;overflow=fill;" parent="1" vertex="1">
+                 <mxCell id="n501" value="── スケールアップトリガー ──&#10;CPU 常時 &gt; 70%&#10;  → t4g.small ($15/月)&#10;RAM 常時 &gt; 80%&#10;  → t4g.small (2 GB)&#10;ダウン許容不可&#10;  → RDS + Multi-AZ + ALB&#10;配達員 &gt; 10 名&#10;  → t4g.medium 検討&#10;購読者 &gt; 500&#10;  → 本番プラン移行&#10;&#10;💡 中間コース (~$28/月)&#10;   t4g.small + RDS db.t4g.micro&#10;   = EC2 $15 + RDS $13 = $28/月&#10;&#10;── バックアップ ──&#10;Supabaseの自動バックアップを利用します。&#10;（Cronによるmysqldumpは不要）&#10;&#10;── SSH デプロイ (GitHub Actions) ──&#10;# .github/workflows/deploy-budget.yml&#10;deploy:&#10;  steps:&#10;    - uses: actions/checkout@v4&#10;    - name: Build frontend&#10;      run: |&#10;        cd frontend&#10;        npm ci &amp;&amp; npm run build&#10;    - name: Sync S3&#10;      run: |&#10;        aws s3 sync frontend/dist/ \&#10;          s3://$S3_BUCKET --delete \&#10;          --cache-control \&#10;          &quot;max-age=31536000,immutable&quot;&#10;        aws s3 cp \&#10;          frontend/dist/index.html \&#10;          s3://$S3_BUCKET/index.html \&#10;          --cache-control &quot;no-cache&quot;&#10;        aws cloudfront \&#10;          create-invalidation \&#10;          --distribution-id $CF_ID \&#10;          --paths '/*'&#10;    - name: Deploy to EC2&#10;      uses: appleboy/ssh-action@v1&#10;      with:&#10;        host: ${{ secrets.EC2_HOST }}&#10;        username: ec2-user&#10;        key: ${{ secrets.EC2_SSH_KEY }}&#10;        script: |&#10;          cd /opt/asahi&#10;          git pull origin main&#10;          docker compose build \&#10;            app worker&#10;          docker compose up -d \&#10;            --no-deps app worker \&#10;            optimizer&#10;          docker compose exec -T \&#10;            app php artisan \&#10;            migrate --force&#10;          docker compose exec -T \&#10;            app php artisan \&#10;            config:cache&#10;          docker compose exec -T \&#10;            app php artisan \&#10;            route:cache" style="text;align=left;verticalAlign=top;fontSize=10;fontFamily=Courier New;strokeColor=none;fillColor=none;spacingLeft=12;spacingTop=10;overflow=fill;" parent="1" vertex="1">
                    <mxGeometry x="1771" y="110" width="527" height="830" as="geometry"/>
                </mxCell>
            </root>
        </mxGraphModel>
    </diagram>
</mxfile>